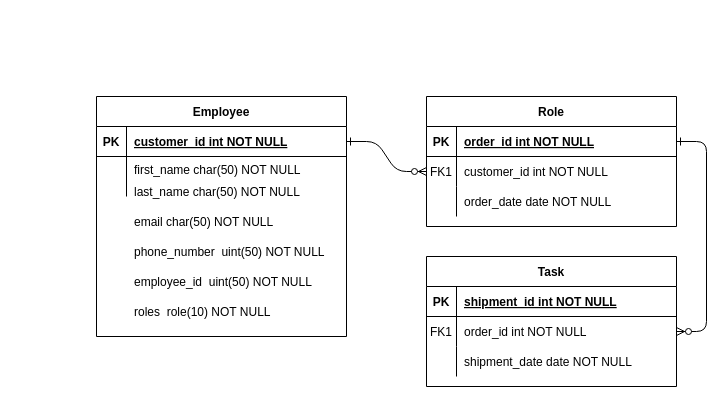
coelcreates/trudatabase keeps this draw.io diagram as Untitled Diagram.drawio. Above is the earlier version. Source tidied: cells renumbered, new cells numbered last; positions are measured from the earlier drawing's top-left corner, leaving out a move shared by most shapes. Both pictures are drawn from the tidied source at 100%, with x=0, y=0 at pixel (96, 96).
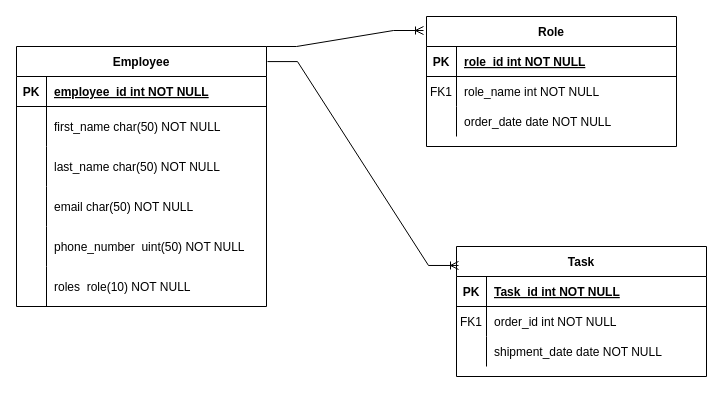
Above is the later version.

The change refers to these unchanged cells:
```xml
<mxCell id="5" style="shape=partialRectangle;fillColor=none;points=[[0,0.5],[1,0.5]];portConstraint=eastwest;top=0;left=0;right=0;bottom=1;" parent="4" vertex="1">
  <mxGeometry y="30" width="250" height="30" as="geometry" />
</mxCell>
<mxCell id="8" style="shape=partialRectangle;fillColor=none;points=[[0,0.5],[1,0.5]];portConstraint=eastwest;top=0;left=0;right=0;bottom=0;" parent="4" vertex="1">
  <mxGeometry y="60" width="250" height="30" as="geometry" />
</mxCell>
<mxCell id="15" style="shape=partialRectangle;fillColor=none;top=0;left=0;right=0;bottom=1;" parent="14" vertex="1">
  <mxGeometry y="30" width="250" height="30" as="geometry" />
</mxCell>
<mxCell id="18" style="shape=partialRectangle;fillColor=none;points=[[0,0.5],[1,0.5]];portConstraint=eastwest;top=0;left=0;right=0;bottom=0;" parent="14" vertex="1">
  <mxGeometry y="60" width="250" height="30" as="geometry" />
</mxCell>
<mxCell id="25" style="shape=partialRectangle;fillColor=none;points=[[0,0.5],[1,0.5]];portConstraint=eastwest;top=0;left=0;right=0;bottom=1;" parent="24" vertex="1">
  <mxGeometry y="30" width="250" height="30" as="geometry" />
</mxCell>
<mxCell id="28" style="shape=partialRectangle;fillColor=none;top=0;left=0;right=0;bottom=0;" parent="24" vertex="1">
  <mxGeometry y="60" width="250" height="40" as="geometry" />
</mxCell>
```

Change to the diagram source:
```diff
@@
-    <mxCell id="2" style="edgeStyle=entityRelationEdgeStyle;endArrow=ERzeroToMany;startArrow=ERone;endFill=1;startFill=0;" parent="1" edge="1" source="25" target="8">
-      <mxGeometry relative="1" as="geometry" />
-    </mxCell>
-    <mxCell id="3" style="edgeStyle=entityRelationEdgeStyle;endArrow=ERzeroToMany;startArrow=ERone;endFill=1;startFill=0;" parent="1" edge="1" source="5" target="18">
-      <mxGeometry relative="1" as="geometry" />
-    </mxCell>
     <mxCell id="4" value="Role" style="shape=table;startSize=30;childLayout=tableLayout;rowLines=0;fontStyle=1;align=center;" parent="1" vertex="1">
-      <mxGeometry x="330" width="250" height="130" as="geometry" />
+      <mxGeometry x="330" y="-80" width="250" height="130" as="geometry" />
     </mxCell>
@@
-    <mxCell id="7" value="order_id int NOT NULL " style="shape=partialRectangle;overflow=hidden;fillColor=none;top=0;left=0;bottom=0;right=0;align=left;spacingLeft=6;fontStyle=5;" parent="5" vertex="1">
+    <mxCell id="7" value="role_id int NOT NULL " style="shape=partialRectangle;overflow=hidden;fillColor=none;top=0;left=0;bottom=0;right=0;align=left;spacingLeft=6;fontStyle=5;" parent="5" vertex="1">
       <mxGeometry x="30" width="220" height="30" as="geometry" />
     </mxCell>
@@
-    <mxCell id="10" value="customer_id int NOT NULL" style="shape=partialRectangle;overflow=hidden;fillColor=none;top=0;left=0;bottom=0;right=0;align=left;spacingLeft=6;" parent="8" vertex="1">
+    <mxCell id="10" value="role_name int NOT NULL" style="shape=partialRectangle;overflow=hidden;fillColor=none;top=0;left=0;bottom=0;right=0;align=left;spacingLeft=6;" parent="8" vertex="1">
       <mxGeometry x="30" width="220" height="30" as="geometry" />
     </mxCell>
@@
     <mxCell id="14" value="Task" style="shape=table;startSize=30;childLayout=tableLayout;rowLines=0;fontStyle=1;align=center;" parent="1" vertex="1">
-      <mxGeometry x="330" y="160" width="250" height="130" as="geometry" />
+      <mxGeometry x="360" y="150" width="250" height="130" as="geometry" />
     </mxCell>
@@
-    <mxCell id="17" value="shipment_id int NOT NULL " style="shape=partialRectangle;overflow=hidden;fillColor=none;top=0;left=0;bottom=0;right=0;align=left;spacingLeft=6;fontStyle=5;" parent="15" vertex="1">
+    <mxCell id="17" value="Task_id int NOT NULL " style="shape=partialRectangle;overflow=hidden;fillColor=none;top=0;left=0;bottom=0;right=0;align=left;spacingLeft=6;fontStyle=5;" parent="15" vertex="1">
       <mxGeometry x="30" width="220" height="30" as="geometry" />
     </mxCell>
@@
     <mxCell id="24" value="Employee" style="shape=table;startSize=30;childLayout=tableLayout;rowLines=0;fontStyle=1;align=center;" parent="1" vertex="1">
-      <mxGeometry width="250" height="240" as="geometry" />
+      <mxGeometry x="-80" y="-50" width="250" height="260" as="geometry" />
     </mxCell>
@@
-    <mxCell id="27" value="customer_id int NOT NULL " style="shape=partialRectangle;overflow=hidden;fillColor=none;top=0;left=0;bottom=0;right=0;align=left;spacingLeft=6;fontStyle=5;" parent="25" vertex="1">
+    <mxCell id="27" value="employee_id int NOT NULL " style="shape=partialRectangle;overflow=hidden;fillColor=none;top=0;left=0;bottom=0;right=0;align=left;spacingLeft=6;fontStyle=5;" parent="25" vertex="1">
       <mxGeometry x="30" width="220" height="30" as="geometry" />
     </mxCell>
@@
-    <mxCell id="30" value="first_name char(50) NOT NULL&#10;" style="shape=partialRectangle;overflow=hidden;fillColor=none;top=0;left=0;bottom=0;right=0;align=left;spacingLeft=6;" parent="28" vertex="1">
+    <mxCell id="30" value="first_name char(50) NOT NULL" style="shape=partialRectangle;overflow=hidden;fillColor=none;top=0;left=0;bottom=0;right=0;align=left;spacingLeft=6;" parent="28" vertex="1">
       <mxGeometry x="30" width="220" height="40" as="geometry" />
     </mxCell>
+    <mxCell id="36" style="shape=partialRectangle;fillColor=none;top=0;left=0;right=0;bottom=0;" parent="24" vertex="1">
+      <mxGeometry y="100" width="250" height="40" as="geometry" />
+    </mxCell>
+    <mxCell id="37" style="shape=partialRectangle;overflow=hidden;fillColor=none;top=0;left=0;bottom=0;right=0;" parent="36" vertex="1">
+      <mxGeometry width="30" height="40" as="geometry" />
+    </mxCell>
-    <mxCell id="31" value="last_name char(50) NOT NULL" style="shape=partialRectangle;overflow=hidden;fillColor=none;top=0;left=0;bottom=0;right=0;align=left;spacingLeft=6;" parent="1" vertex="1">
-      <mxGeometry x="30" y="80" width="220" height="30" as="geometry" />
+    <mxCell id="31" value="last_name char(50) NOT NULL" style="shape=partialRectangle;overflow=hidden;fillColor=none;top=0;left=0;bottom=0;right=0;align=left;spacingLeft=6;" parent="36" vertex="1">
+      <mxGeometry x="30" width="220" height="40" as="geometry" />
     </mxCell>
+    <mxCell id="38" style="shape=partialRectangle;fillColor=none;top=0;left=0;right=0;bottom=0;" parent="24" vertex="1">
+      <mxGeometry y="140" width="250" height="40" as="geometry" />
+    </mxCell>
+    <mxCell id="39" style="shape=partialRectangle;overflow=hidden;fillColor=none;top=0;left=0;bottom=0;right=0;" parent="38" vertex="1">
+      <mxGeometry width="30" height="40" as="geometry" />
+    </mxCell>
-    <mxCell id="32" value="email char(50) NOT NULL" style="shape=partialRectangle;overflow=hidden;fillColor=none;top=0;left=0;bottom=0;right=0;align=left;spacingLeft=6;" parent="1" vertex="1">
-      <mxGeometry x="30" y="110" width="220" height="30" as="geometry" />
+    <mxCell id="32" value="email char(50) NOT NULL" style="shape=partialRectangle;overflow=hidden;fillColor=none;top=0;left=0;bottom=0;right=0;align=left;spacingLeft=6;" parent="38" vertex="1">
+      <mxGeometry x="30" width="220" height="40" as="geometry" />
     </mxCell>
+    <mxCell id="40" style="shape=partialRectangle;fillColor=none;top=0;left=0;right=0;bottom=0;" parent="24" vertex="1">
+      <mxGeometry y="180" width="250" height="40" as="geometry" />
+    </mxCell>
+    <mxCell id="41" style="shape=partialRectangle;overflow=hidden;fillColor=none;top=0;left=0;bottom=0;right=0;" parent="40" vertex="1">
+      <mxGeometry width="30" height="40" as="geometry" />
+    </mxCell>
-    <mxCell id="33" value="phone_number  uint(50) NOT NULL" style="shape=partialRectangle;overflow=hidden;fillColor=none;top=0;left=0;bottom=0;right=0;align=left;spacingLeft=6;" parent="1" vertex="1">
-      <mxGeometry x="30" y="140" width="220" height="30" as="geometry" />
+    <mxCell id="33" value="phone_number  uint(50) NOT NULL" style="shape=partialRectangle;overflow=hidden;fillColor=none;top=0;left=0;bottom=0;right=0;align=left;spacingLeft=6;" parent="40" vertex="1">
+      <mxGeometry x="30" width="220" height="40" as="geometry" />
     </mxCell>
-    <mxCell id="34" value="employee_id  uint(50) NOT NULL" style="shape=partialRectangle;overflow=hidden;fillColor=none;top=0;left=0;bottom=0;right=0;align=left;spacingLeft=6;" parent="1" vertex="1">
-      <mxGeometry x="30" y="170" width="220" height="30" as="geometry" />
-    </mxCell>
+    <mxCell id="42" style="shape=partialRectangle;fillColor=none;top=0;left=0;right=0;bottom=0;" parent="24" vertex="1">
+      <mxGeometry y="220" width="250" height="40" as="geometry" />
+    </mxCell>
+    <mxCell id="43" style="shape=partialRectangle;overflow=hidden;fillColor=none;top=0;left=0;bottom=0;right=0;" parent="42" vertex="1">
+      <mxGeometry width="30" height="40" as="geometry" />
+    </mxCell>
-    <mxCell id="35" value="roles  role(10) NOT NULL" style="shape=partialRectangle;overflow=hidden;fillColor=none;top=0;left=0;bottom=0;right=0;align=left;spacingLeft=6;" parent="1" vertex="1">
-      <mxGeometry x="30" y="200" width="220" height="30" as="geometry" />
+    <mxCell id="35" value="roles  role(10) NOT NULL" style="shape=partialRectangle;overflow=hidden;fillColor=none;top=0;left=0;bottom=0;right=0;align=left;spacingLeft=6;" parent="42" vertex="1">
+      <mxGeometry x="30" width="220" height="40" as="geometry" />
     </mxCell>
+    <mxCell id="44" style="edgeStyle=entityRelationEdgeStyle;fontSize=12;html=1;endArrow=ERoneToMany;rounded=0;exitX=1;exitY=0;exitDx=0;exitDy=0;" parent="1" edge="1" source="24">
+      <mxGeometry relative="1" as="geometry">
+        <mxPoint x="327" y="-66" as="targetPoint" />
+      </mxGeometry>
+    </mxCell>
+    <mxCell id="45" style="edgeStyle=entityRelationEdgeStyle;fontSize=12;html=1;endArrow=ERoneToMany;rounded=0;exitX=1.004;exitY=0.058;exitDx=0;exitDy=0;exitPerimeter=0;entryX=0.008;entryY=0.146;entryDx=0;entryDy=0;entryPerimeter=0;" parent="1" edge="1" source="24" target="14">
+      <mxGeometry relative="1" as="geometry" />
+    </mxCell>
```
